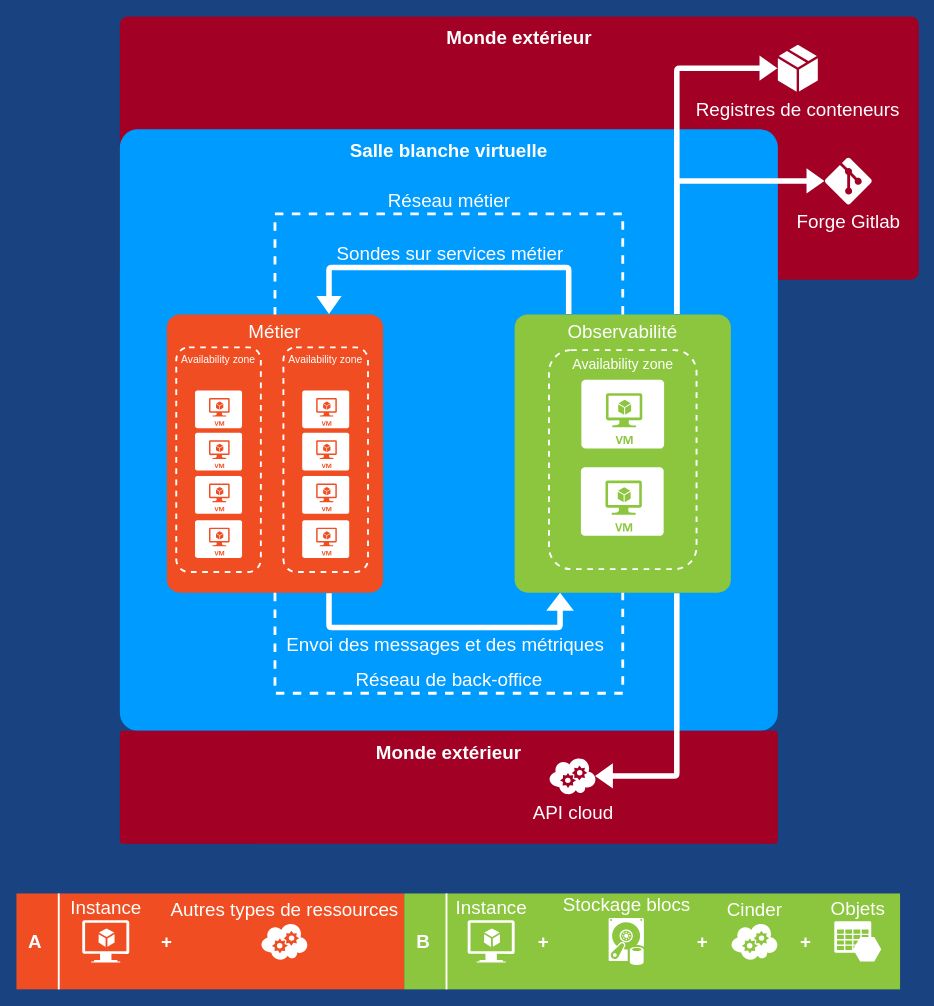
The draw.io diagram page "Placement dans un projet" (1 of 3) of docs/diagrammes.drawio in 139bercy/cloud-appliance-observability, before the edit. Source tidied: cells renumbered, new cells numbered last; positions are measured from the earlier drawing's top-left corner, leaving out a move shared by most shapes. Both pictures are drawn from the tidied source at 94%, with x=0, y=0 at pixel (16, 16).
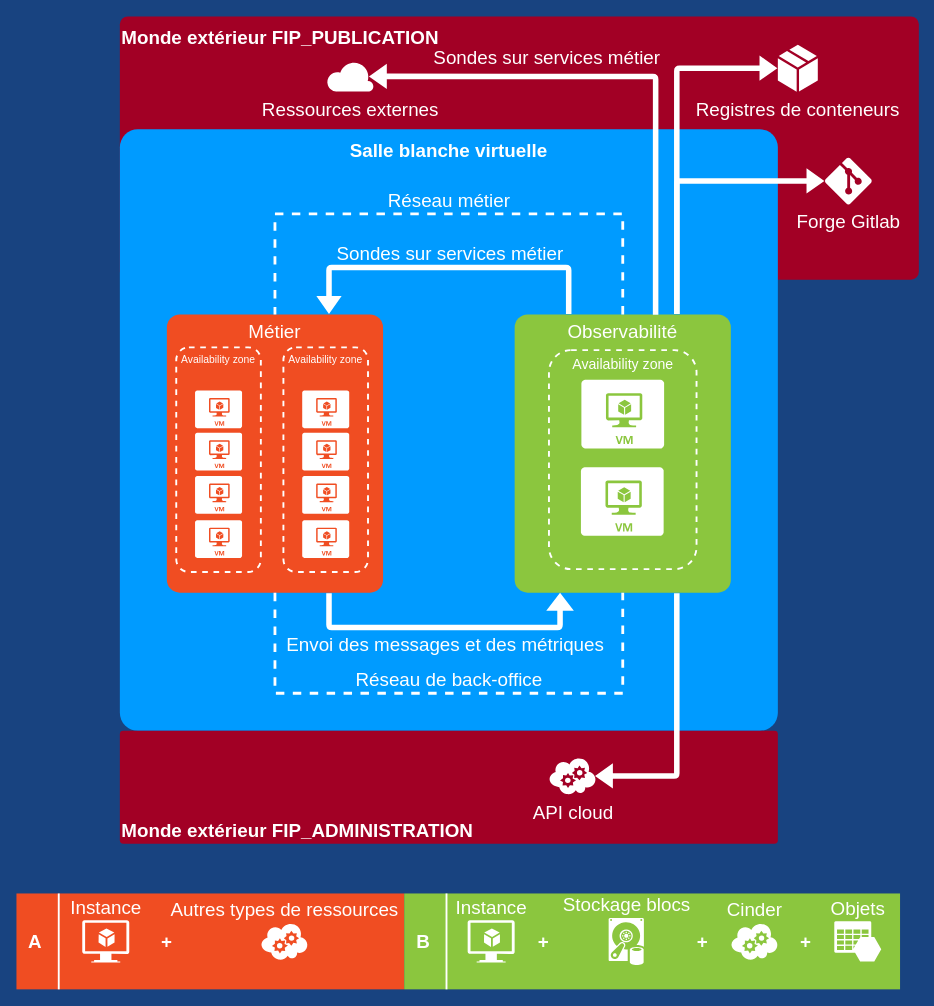
The same diagram, later.

Unchanged cells that the change refers to:
```xml
<mxCell id="18" value="Observabilité" style="rounded=1;whiteSpace=wrap;html=1;shadow=0;strokeWidth=2;fillColor=#8BC63E;fontSize=20;align=center;strokeColor=none;arcSize=6;verticalAlign=top;fontColor=#ffffff;" parent="1" vertex="1">
  <mxGeometry x="530" y="317" width="230" height="296" as="geometry" />
</mxCell>
```

What changed in the source:
```diff
@@
-    <mxCell id="2" value="Monde extérieur" style="whiteSpace=wrap;html=1;rounded=1;shadow=0;strokeColor=none;strokeWidth=2;fillColor=#a20025;fontSize=20;align=center;arcSize=3;verticalAlign=top;spacingTop=4;fontStyle=1;fontColor=#ffffff;" parent="1" vertex="1">
+    <mxCell id="2" value="Monde extérieur FIP_PUBLICATION" style="whiteSpace=wrap;html=1;rounded=1;shadow=0;strokeColor=none;strokeWidth=2;fillColor=#a20025;fontSize=20;align=left;arcSize=3;verticalAlign=top;spacingTop=4;fontStyle=1;fontColor=#ffffff;" parent="1" vertex="1">
       <mxGeometry x="110" width="850" height="280" as="geometry" />
     </mxCell>
@@
-    <mxCell id="38" value="Monde extérieur" style="whiteSpace=wrap;html=1;rounded=1;shadow=0;strokeColor=none;strokeWidth=2;fillColor=#a20025;fontSize=20;align=center;arcSize=3;verticalAlign=top;spacingTop=4;fontStyle=1;fontColor=#ffffff;" parent="1" vertex="1">
+    <mxCell id="38" value="Monde extérieur FIP_ADMINISTRATION" style="whiteSpace=wrap;html=1;rounded=1;shadow=0;strokeColor=none;strokeWidth=2;fillColor=#a20025;fontSize=20;align=left;arcSize=3;verticalAlign=bottom;spacingTop=4;fontStyle=1;fontColor=#ffffff;" parent="1" vertex="1">
       <mxGeometry x="110" y="760" width="700" height="120" as="geometry" />
     </mxCell>
@@
+    <mxCell id="46" value="Sondes sur services métier" style="shape=flexArrow;endArrow=none;html=1;fillColor=#ffffff;strokeColor=none;endWidth=22.491349480968857;endSize=3.2941176470588234;edgeStyle=orthogonalEdgeStyle;labelBackgroundColor=none;labelPosition=center;verticalLabelPosition=top;align=left;verticalAlign=bottom;fontSize=20;fontColor=#FFFFFF;width=5.882352941176471;startArrow=block;endFill=0;exitX=0.89;exitY=0.5;exitDx=0;exitDy=0;exitPerimeter=0;entryX=0.652;entryY=0.003;entryDx=0;entryDy=0;entryPerimeter=0;" parent="1" edge="1" source="47" target="18">
+      <mxGeometry x="-0.76" y="6" relative="1" as="geometry">
+        <Array as="points">
+          <mxPoint x="680" y="64" />
+        </Array>
+      </mxGeometry>
+    </mxCell>
+    <mxCell id="47" value="Ressources externes" style="verticalLabelPosition=bottom;html=1;verticalAlign=top;align=center;shape=mxgraph.azure.cloud;fontSize=20;strokeColor=none;fontColor=#FFFFFF;" parent="1" vertex="1">
+      <mxGeometry x="330" y="47.5" width="50" height="32.5" as="geometry" />
+    </mxCell>
```
